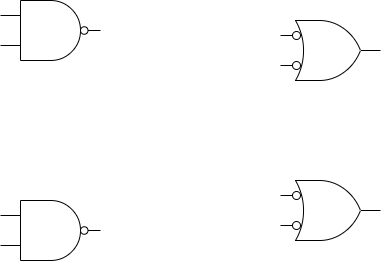
Earlier version of the draw.io export figs/latch-d.drawio.png (anmomu92/manual-verilog). Source tidied: cells renumbered, new cells last; positions are measured from the earlier drawing's top-left corner, leaving out a move shared by most shapes.
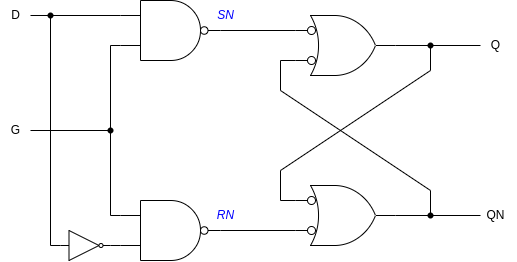
The same file after the commit.

Commit message:
Añadido diagrama de latch D

What changed in the source:
```diff
@@ -9,7 +9,7 @@
       <mxGeometry y="200" width="100" height="60" as="geometry" />
     </mxCell>
     <mxCell id="4" style="group;" parent="1" vertex="1">
-      <mxGeometry x="280" y="180" width="100" height="60" as="geometry" />
+      <mxGeometry x="175" y="185" width="100" height="60" as="geometry" />
     </mxCell>
     <mxCell id="5" style="verticalLabelPosition=bottom;shadow=0;dashed=0;align=center;html=1;verticalAlign=top;shape=mxgraph.electrical.logic_gates.logic_gate;operation=or;" parent="4" vertex="1">
       <mxGeometry width="100" height="60" as="geometry" />
@@ -21,7 +21,7 @@
       <mxGeometry x="11" y="40" width="10" height="10" as="geometry" />
     </mxCell>
     <mxCell id="8" style="group;" parent="1" vertex="1">
-      <mxGeometry x="280" y="20" width="100" height="60" as="geometry" />
+      <mxGeometry x="175" y="15" width="100" height="60" as="geometry" />
     </mxCell>
     <mxCell id="9" style="verticalLabelPosition=bottom;shadow=0;dashed=0;align=center;html=1;verticalAlign=top;shape=mxgraph.electrical.logic_gates.logic_gate;operation=or;" parent="8" vertex="1">
       <mxGeometry width="100" height="60" as="geometry" />
@@ -32,5 +32,116 @@
     <mxCell id="11" style="verticalLabelPosition=bottom;shadow=0;dashed=0;align=center;html=1;verticalAlign=top;shape=mxgraph.electrical.logic_gates.inverting_contact;" parent="8" vertex="1">
       <mxGeometry x="11" y="40" width="10" height="10" as="geometry" />
     </mxCell>
+    <mxCell id="12" style="endArrow=none;html=1;rounded=0;entryX=0;entryY=0.25;entryDx=0;entryDy=0;entryPerimeter=0;" parent="1" edge="1" source="27" target="2">
+      <mxGeometry relative="1" as="geometry" />
+    </mxCell>
+    <mxCell id="13" style="endArrow=none;html=1;rounded=0;entryX=0;entryY=0.75;entryDx=0;entryDy=0;entryPerimeter=0;exitDx=0;exitDy=0;exitPerimeter=0;" parent="1" edge="1" source="30" target="2">
+      <mxGeometry relative="1" as="geometry">
+        <Array as="points">
+          <mxPoint x="-10" y="45" />
+        </Array>
+      </mxGeometry>
+    </mxCell>
+    <mxCell id="14" style="endArrow=none;html=1;rounded=0;entryX=0;entryY=0.75;entryDx=0;entryDy=0;entryPerimeter=0;exitX=1;exitY=0.5;exitDx=0;exitDy=0;exitPerimeter=0;" parent="1" edge="1" source="24" target="3">
+      <mxGeometry relative="1" as="geometry" />
+    </mxCell>
+    <mxCell id="15" style="endArrow=none;html=1;rounded=0;exitX=1;exitY=0.5;exitDx=0;exitDy=0;exitPerimeter=0;entryX=0;entryY=0.25;entryDx=0;entryDy=0;entryPerimeter=0;" parent="1" edge="1" source="2" target="9">
+      <mxGeometry relative="1" as="geometry" />
+    </mxCell>
+    <mxCell id="16" style="endArrow=none;html=1;rounded=0;exitX=1;exitY=0.5;exitDx=0;exitDy=0;exitPerimeter=0;entryX=0;entryY=0.75;entryDx=0;entryDy=0;entryPerimeter=0;" parent="1" edge="1" source="3" target="5">
+      <mxGeometry relative="1" as="geometry" />
+    </mxCell>
+    <mxCell id="17" style="endArrow=none;html=1;rounded=0;exitX=1;exitY=0.5;exitDx=0;exitDy=0;exitPerimeter=0;" parent="1" edge="1" source="9">
+      <mxGeometry relative="1" as="geometry">
+        <mxPoint x="360" y="45" as="targetPoint" />
+      </mxGeometry>
+    </mxCell>
+    <mxCell id="18" style="endArrow=none;html=1;rounded=0;exitDx=0;exitDy=0;exitPerimeter=0;" parent="1" edge="1" source="23">
+      <mxGeometry relative="1" as="geometry">
+        <mxPoint x="360" y="215" as="targetPoint" />
+      </mxGeometry>
+    </mxCell>
+    <mxCell id="19" style="endArrow=none;html=1;rounded=0;exitX=0;exitY=0.25;exitDx=0;exitDy=0;exitPerimeter=0;" parent="1" edge="1" source="5">
+      <mxGeometry relative="1" as="geometry">
+        <mxPoint x="310" y="45" as="targetPoint" />
+        <Array as="points">
+          <mxPoint x="160" y="200" />
+          <mxPoint x="160" y="170" />
+          <mxPoint x="310" y="70" />
+        </Array>
+      </mxGeometry>
+    </mxCell>
+    <mxCell id="20" style="shape=waypoint;sketch=0;fillStyle=solid;size=6;fillColor=none;perimeter=centerPerimeter;" parent="1" vertex="1">
+      <mxGeometry x="300" y="35" width="20" height="20" as="geometry" />
+    </mxCell>
+    <mxCell id="21" style="endArrow=none;html=1;rounded=0;exitX=0;exitY=0.75;exitDx=0;exitDy=0;exitPerimeter=0;" parent="1" edge="1" source="9">
+      <mxGeometry relative="1" as="geometry">
+        <mxPoint x="310" y="215" as="targetPoint" />
+        <Array as="points">
+          <mxPoint x="160" y="60" />
+          <mxPoint x="160" y="90" />
+          <mxPoint x="310" y="190" />
+        </Array>
+      </mxGeometry>
+    </mxCell>
+    <mxCell id="22" style="endArrow=none;html=1;rounded=0;exitX=1;exitY=0.5;exitDx=0;exitDy=0;exitPerimeter=0;" parent="1" edge="1" source="5" target="23">
+      <mxGeometry relative="1" as="geometry" />
+    </mxCell>
+    <mxCell id="23" style="shape=waypoint;sketch=0;fillStyle=solid;size=6;points=[];fillColor=none;perimeter=centerPerimeter;snapToPoint=1;" parent="1" vertex="1">
+      <mxGeometry x="300" y="205" width="20" height="20" as="geometry" />
+    </mxCell>
+    <mxCell id="24" style="verticalLabelPosition=bottom;shadow=0;dashed=0;align=center;html=1;verticalAlign=top;shape=mxgraph.electrical.logic_gates.inverter_2;" parent="1" vertex="1">
+      <mxGeometry x="-60" y="230" width="50" height="30" as="geometry" />
+    </mxCell>
+    <mxCell id="25" style="endArrow=none;html=1;rounded=0;exitX=0;exitY=0.5;exitDx=0;exitDy=0;exitPerimeter=0;" parent="1" edge="1" source="24">
+      <mxGeometry relative="1" as="geometry">
+        <mxPoint x="-70" y="15" as="targetPoint" />
+        <Array as="points">
+          <mxPoint x="-70" y="245" />
+        </Array>
+      </mxGeometry>
+    </mxCell>
+    <mxCell id="26" style="endArrow=none;html=1;rounded=0;entryDx=0;entryDy=0;entryPerimeter=0;" parent="1" edge="1" target="27">
+      <mxGeometry relative="1" as="geometry">
+        <mxPoint x="-90" y="15" as="sourcePoint" />
+      </mxGeometry>
+    </mxCell>
+    <mxCell id="27" style="shape=waypoint;sketch=0;fillStyle=solid;size=6;points=[];fillColor=none;perimeter=centerPerimeter;snapToPoint=1;" parent="1" vertex="1">
+      <mxGeometry x="-80" y="5" width="20" height="20" as="geometry" />
+    </mxCell>
+    <mxCell id="28" style="endArrow=none;html=1;rounded=0;" parent="1" edge="1">
+      <mxGeometry relative="1" as="geometry">
+        <mxPoint x="-90" y="130" as="sourcePoint" />
+        <mxPoint x="-10" y="130" as="targetPoint" />
+      </mxGeometry>
+    </mxCell>
+    <mxCell id="29" style="endArrow=none;html=1;rounded=0;entryDx=0;entryDy=0;entryPerimeter=0;exitX=0;exitY=0.25;exitDx=0;exitDy=0;exitPerimeter=0;" parent="1" edge="1" source="3" target="30">
+      <mxGeometry relative="1" as="geometry">
+        <Array as="points">
+          <mxPoint x="-10" y="215" />
+        </Array>
+      </mxGeometry>
+    </mxCell>
+    <mxCell id="30" style="shape=waypoint;sketch=0;fillStyle=solid;size=6;points=[];fillColor=none;perimeter=centerPerimeter;snapToPoint=1;" parent="1" vertex="1">
+      <mxGeometry x="-20" y="120" width="20" height="20" as="geometry" />
+    </mxCell>
+    <mxCell id="31" value="D" style="text;html=1;align=center;verticalAlign=middle;strokeColor=none;fillColor=none;" parent="1" vertex="1">
+      <mxGeometry x="-120" width="30" height="30" as="geometry" />
+    </mxCell>
+    <mxCell id="32" value="G" style="text;html=1;align=center;verticalAlign=middle;strokeColor=none;fillColor=none;" parent="1" vertex="1">
+      <mxGeometry x="-120" y="115" width="30" height="30" as="geometry" />
+    </mxCell>
+    <mxCell id="33" value="Q" style="text;html=1;align=center;verticalAlign=middle;strokeColor=none;fillColor=none;" parent="1" vertex="1">
+      <mxGeometry x="360" y="30" width="30" height="30" as="geometry" />
+    </mxCell>
+    <mxCell id="34" value="QN" style="text;html=1;align=center;verticalAlign=middle;strokeColor=none;fillColor=none;" parent="1" vertex="1">
+      <mxGeometry x="355" y="200" width="40" height="30" as="geometry" />
+    </mxCell>
+    <mxCell id="35" value="&lt;i&gt;&lt;font color=&quot;#0000ff&quot;&gt;SN&lt;/font&gt;&lt;/i&gt;" style="text;html=1;align=center;verticalAlign=middle;strokeColor=none;fillColor=none;" parent="1" vertex="1">
+      <mxGeometry x="85" width="40" height="30" as="geometry" />
+    </mxCell>
+    <mxCell id="36" value="&lt;i&gt;&lt;font color=&quot;#0000ff&quot;&gt;RN&lt;/font&gt;&lt;/i&gt;" style="text;html=1;align=center;verticalAlign=middle;strokeColor=none;fillColor=none;" parent="1" vertex="1">
+      <mxGeometry x="85" y="200" width="40" height="30" as="geometry" />
+    </mxCell>
   </root>
 </mxGraphModel>
```
